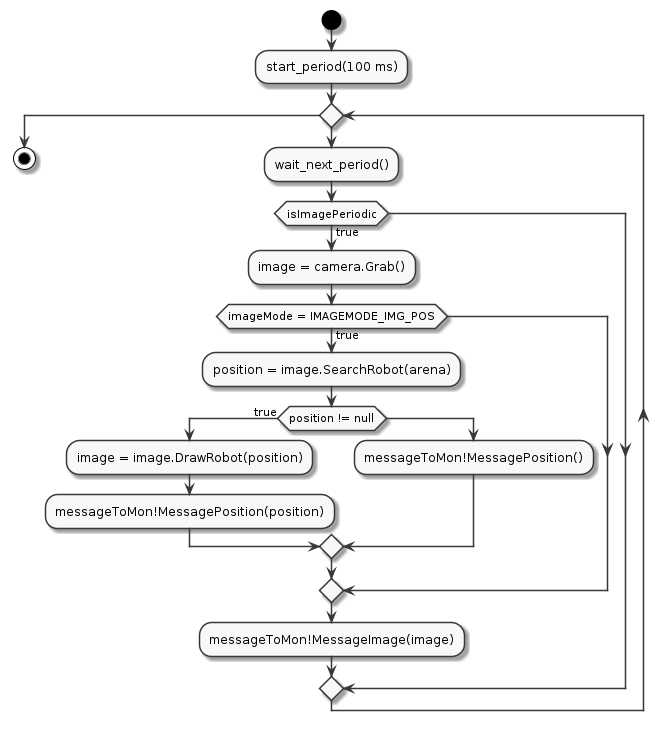
Above: doc/diagrammes_activite/th_image.png in Pythagus/temps-reel-superviseur (PlantUML), before the change. Its diagram source:
```plantuml
@startuml
skinparam monochrome true
start
:start_period(100 ms);
while ()
:wait_next_period();
if (isImagePeriodic) then (true)
:image = camera.Grab();

if (imageMode = IMAGEMODE_IMG_POS) then (true)
:position = image.SearchRobot(arena);

if (position != null) then (true)
:image = image.DrawRobot(position);
:messageToMon!MessagePosition(position);
else
:messageToMon!MessagePosition();
endif

else
endif

:messageToMon!MessageImage(image);

else
endif
endwhile
stop
@enduml
```
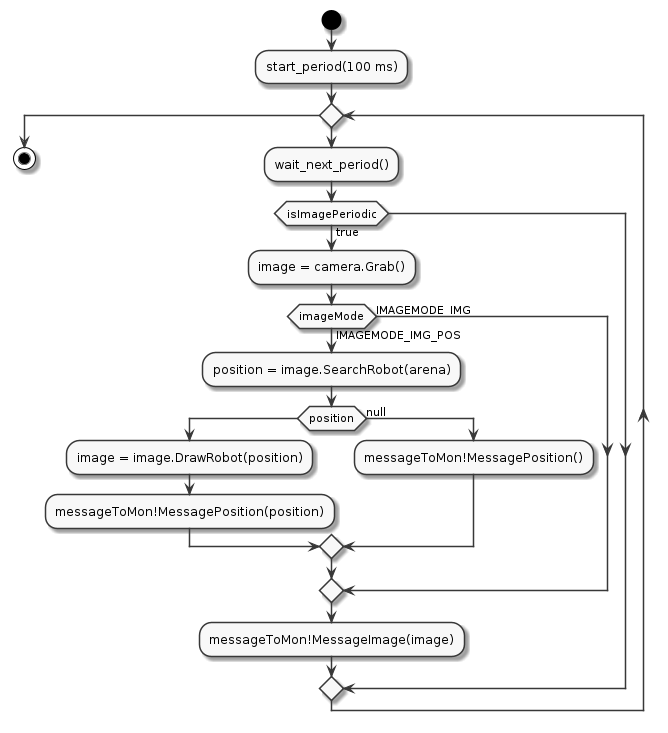
The same file after the commit.

Commit message:
th_image: diagramme amélioré

What changed in the source:
```diff
@@ -7,17 +7,17 @@
 if (isImagePeriodic) then (true)
 :image = camera.Grab();
 
-if (imageMode = IMAGEMODE_IMG_POS) then (true)
+if (imageMode) then (IMAGEMODE_IMG_POS)
 :position = image.SearchRobot(arena);
 
-if (position != null) then (true)
+if (position) then
 :image = image.DrawRobot(position);
 :messageToMon!MessagePosition(position);
-else
+else (null)
 :messageToMon!MessagePosition();
 endif
 
-else
+else (IMAGEMODE_IMG)
 endif
 
 :messageToMon!MessageImage(image);
```
